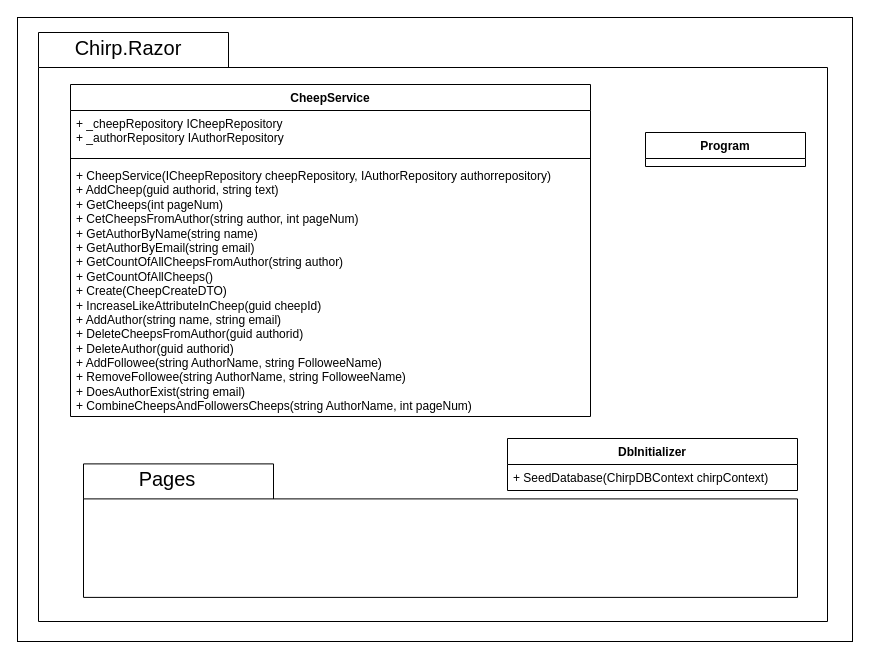
Earlier version of the draw.io diagram docs/diagrams/PackagesUMLClassDiagrams/PackageRazorUMLDiagrams.drawio (ITU-BDSA23-GROUP4/Chirp). Source tidied: cells renumbered, new cells numbered last; positions are measured from the earlier drawing's top-left corner, leaving out a move shared by most shapes. Both pictures are drawn from the tidied source at 100%, with x=0, y=0 at pixel (17, 17).
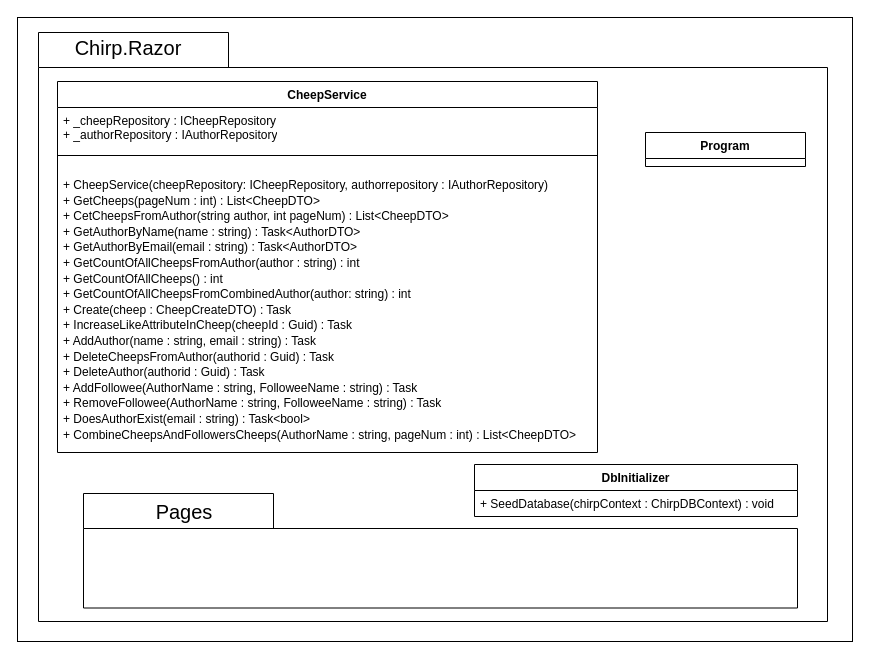
The same diagram, later.

Commit message (it also covers changes not shown here):
Inserted updated UML  Diagrams. Deleted out of data, unused package diagram.

The edit, as a diff of the source:
```diff
@@
 <mxGraphModel background="#ffffff">
   <root>
     <mxCell id="0" />
     <mxCell id="1" parent="0" />
     <mxCell id="2" style="rounded=0;whiteSpace=wrap;html=1;fillColor=none;" parent="1" vertex="1">
       <mxGeometry width="835" height="624" as="geometry" />
     </mxCell>
     <mxCell id="3" style="shape=folder;fontStyle=1;spacingTop=10;tabWidth=190;tabHeight=35;tabPosition=left;html=1;strokeColor=#000000;fillColor=none;" parent="1" vertex="1">
       <mxGeometry x="21" y="15" width="789" height="589" as="geometry" />
     </mxCell>
     <mxCell id="4" style="shape=folder;fontStyle=1;spacingTop=10;tabWidth=190;tabHeight=35;tabPosition=left;html=1;strokeColor=#000000;fillColor=none;" parent="1" vertex="1">
-      <mxGeometry x="66" y="446.4" width="714" height="133.5" as="geometry" />
+      <mxGeometry x="66" y="476" width="714" height="114.5" as="geometry" />
     </mxCell>
     <mxCell id="5" value="&lt;font color=&quot;#000000&quot; style=&quot;font-size: 20px;&quot;&gt;Chirp.Razor&lt;/font&gt;" style="text;html=1;strokeColor=none;fillColor=none;align=center;verticalAlign=middle;whiteSpace=wrap;rounded=0;" parent="1" vertex="1">
       <mxGeometry x="81" y="15" width="60" height="30" as="geometry" />
     </mxCell>
     <mxCell id="6" value="&lt;font color=&quot;#000000&quot;&gt;DbInitializer&lt;/font&gt;" style="swimlane;fontStyle=1;align=center;verticalAlign=top;horizontal=1;startSize=26;whiteSpace=wrap;html=1;strokeColor=#000000;fillColor=none;" parent="1" vertex="1">
-      <mxGeometry x="490" y="421" width="290" height="52" as="geometry" />
+      <mxGeometry x="457" y="447" width="323" height="52" as="geometry" />
     </mxCell>
-    <mxCell id="7" value="&lt;font color=&quot;#000000&quot;&gt;+ SeedDatabase(ChirpDBContext chirpContext)&lt;/font&gt;" style="text;strokeColor=none;fillColor=none;align=left;verticalAlign=top;spacingLeft=4;spacingRight=4;overflow=hidden;whiteSpace=wrap;html=1;" parent="6" vertex="1">
-      <mxGeometry y="26" width="290" height="26" as="geometry" />
+    <mxCell id="7" value="&lt;font color=&quot;#000000&quot;&gt;+ SeedDatabase(&lt;/font&gt;&lt;span style=&quot;color: rgb(0, 0, 0);&quot;&gt;chirpContext :&amp;nbsp;&lt;/span&gt;&lt;font color=&quot;#000000&quot;&gt;ChirpDBContext) : void&lt;/font&gt;" style="text;strokeColor=none;fillColor=none;align=left;verticalAlign=top;spacingLeft=4;spacingRight=4;overflow=hidden;whiteSpace=wrap;html=1;" parent="6" vertex="1">
+      <mxGeometry y="26" width="323" height="26" as="geometry" />
     </mxCell>
     <mxCell id="8" value="&lt;font color=&quot;#000000&quot; style=&quot;font-size: 20px;&quot;&gt;Pages&lt;/font&gt;" style="text;html=1;strokeColor=none;fillColor=none;align=center;verticalAlign=middle;whiteSpace=wrap;rounded=0;" parent="1" vertex="1">
-      <mxGeometry x="120" y="446" width="60" height="30" as="geometry" />
+      <mxGeometry x="137" y="479" width="60" height="30" as="geometry" />
     </mxCell>
     <mxCell id="9" value="&lt;font color=&quot;#000000&quot;&gt;CheepService&lt;/font&gt;" style="swimlane;fontStyle=1;align=center;verticalAlign=top;horizontal=1;startSize=26;whiteSpace=wrap;html=1;strokeColor=#000000;fillColor=none;" parent="1" vertex="1">
-      <mxGeometry x="53" y="67" width="520" height="332" as="geometry" />
+      <mxGeometry x="40" y="64" width="540" height="371" as="geometry" />
     </mxCell>
-    <mxCell id="10" value="&lt;font color=&quot;#000000&quot;&gt;+ _cheepRepository ICheepRepository&lt;br&gt;+ _authorRepository IAuthorRepository&lt;/font&gt;" style="text;strokeColor=none;fillColor=none;align=left;verticalAlign=top;spacingLeft=4;spacingRight=4;overflow=hidden;whiteSpace=wrap;html=1;" parent="9" vertex="1">
-      <mxGeometry y="26" width="520" height="44" as="geometry" />
+    <mxCell id="10" value="&lt;font color=&quot;#000000&quot;&gt;+ _cheepRepository : ICheepRepository&lt;br&gt;+ _authorRepository : IAuthorRepository&lt;/font&gt;" style="text;strokeColor=none;fillColor=none;align=left;verticalAlign=top;spacingLeft=4;spacingRight=4;overflow=hidden;whiteSpace=wrap;html=1;" parent="9" vertex="1">
+      <mxGeometry y="26" width="540" height="44" as="geometry" />
     </mxCell>
     <mxCell id="11" style="line;strokeWidth=1;fillColor=none;align=left;verticalAlign=middle;spacingTop=-1;spacingLeft=3;spacingRight=3;labelPosition=right;strokeColor=inherit;" parent="9" vertex="1">
-      <mxGeometry y="70" width="520" height="8" as="geometry" />
+      <mxGeometry y="70" width="540" height="8" as="geometry" />
     </mxCell>
-    <mxCell id="12" value="&lt;font color=&quot;#000000&quot;&gt;+ CheepService(ICheepRepository cheepRepository, IAuthorRepository authorrepository)&lt;br&gt;+ AddCheep(guid authorid, string text)&lt;br&gt;+ GetCheeps(int pageNum)&lt;br&gt;+ CetCheepsFromAuthor(string author, int pageNum)&lt;br&gt;+ GetAuthorByName(string name)&lt;br&gt;+ GetAuthorByEmail(string email)&lt;br&gt;+ GetCountOfAllCheepsFromAuthor(string author)&lt;br&gt;+ GetCountOfAllCheeps()&lt;br&gt;+ Create(CheepCreateDTO)&lt;br&gt;+ IncreaseLikeAttributeInCheep(guid cheepId)&lt;br&gt;+ AddAuthor(string name, string email)&lt;br&gt;+ DeleteCheepsFromAuthor(guid authorid)&lt;br&gt;+ DeleteAuthor(guid authorid)&lt;br&gt;+ AddFollowee(string AuthorName, string FolloweeName)&lt;br&gt;+ RemoveFollowee(string AuthorName, string FolloweeName)&lt;br&gt;+ DoesAuthorExist(string email)&lt;br&gt;+ CombineCheepsAndFollowersCheeps(string AuthorName, int pageNum)&lt;br&gt;&lt;/font&gt;" style="text;strokeColor=none;fillColor=none;align=left;verticalAlign=top;spacingLeft=4;spacingRight=4;overflow=hidden;whiteSpace=wrap;html=1;" parent="9" vertex="1">
-      <mxGeometry y="78" width="520" height="254" as="geometry" />
+    <mxCell id="12" value="&lt;p style=&quot;line-height: 130%;&quot;&gt;&lt;font color=&quot;#000000&quot;&gt;+ CheepService(&lt;/font&gt;&lt;span style=&quot;color: rgb(0, 0, 0);&quot;&gt;cheepRepository:&amp;nbsp;&lt;/span&gt;&lt;font color=&quot;#000000&quot;&gt;ICheepRepository, authorrepository :&amp;nbsp;&lt;/font&gt;&lt;span style=&quot;color: rgb(0, 0, 0);&quot;&gt;IAuthorRepository&lt;/span&gt;&lt;font color=&quot;#000000&quot;&gt;)&lt;br&gt;&lt;/font&gt;&lt;font color=&quot;#000000&quot;&gt;+ GetCheeps(pageNum :&amp;nbsp;&lt;/font&gt;&lt;span style=&quot;color: rgb(0, 0, 0);&quot;&gt;int&lt;/span&gt;&lt;font color=&quot;#000000&quot;&gt;) : List&amp;lt;CheepDTO&amp;gt;&lt;br&gt;+ CetCheepsFromAuthor(string author, int pageNum) : List&amp;lt;CheepDTO&amp;gt;&lt;br&gt;+ GetAuthorByName(name : string) : Task&amp;lt;AuthorDTO&amp;gt;&lt;br&gt;+ GetAuthorByEmail(email : string) : Task&amp;lt;AuthorDTO&amp;gt;&lt;br&gt;+ GetCountOfAllCheepsFromAuthor(author : string) : int&lt;br&gt;+ GetCountOfAllCheeps() : int&lt;br&gt;+ GetCountOfAllCheepsFromCombinedAuthor(author: string) : int&lt;br&gt;+ Create(cheep : CheepCreateDTO) : Task&lt;br&gt;+ IncreaseLikeAttributeInCheep(cheepId : Guid) : Task&lt;br&gt;+ AddAuthor(name : string, email : string) : Task&lt;br&gt;+ DeleteCheepsFromAuthor(authorid : Guid) : Task&lt;br&gt;+ DeleteAuthor(authorid : Guid) : Task&lt;br&gt;+ AddFollowee(AuthorName : string, FolloweeName : string) : Task&lt;br&gt;+ RemoveFollowee(AuthorName : string, FolloweeName : string) : Task&lt;br&gt;+ DoesAuthorExist(email : string) : Task&amp;lt;bool&amp;gt;&lt;br&gt;+ CombineCheepsAndFollowersCheeps(AuthorName : string, pageNum : int) : List&amp;lt;CheepDTO&amp;gt;&lt;br&gt;&lt;br&gt;&lt;/font&gt;&lt;/p&gt;" style="text;strokeColor=none;fillColor=none;align=left;verticalAlign=top;spacingLeft=4;spacingRight=4;overflow=hidden;whiteSpace=wrap;html=1;" parent="9" vertex="1">
+      <mxGeometry y="78" width="540" height="293" as="geometry" />
     </mxCell>
     <mxCell id="13" value="&lt;font color=&quot;#000000&quot;&gt;Program&lt;/font&gt;" style="swimlane;fontStyle=1;align=center;verticalAlign=top;horizontal=1;startSize=26;whiteSpace=wrap;html=1;strokeColor=#000000;fillColor=none;" parent="1" vertex="1">
       <mxGeometry x="628" y="115" width="160" height="34" as="geometry" />
     </mxCell>
   </root>
 </mxGraphModel>
```
